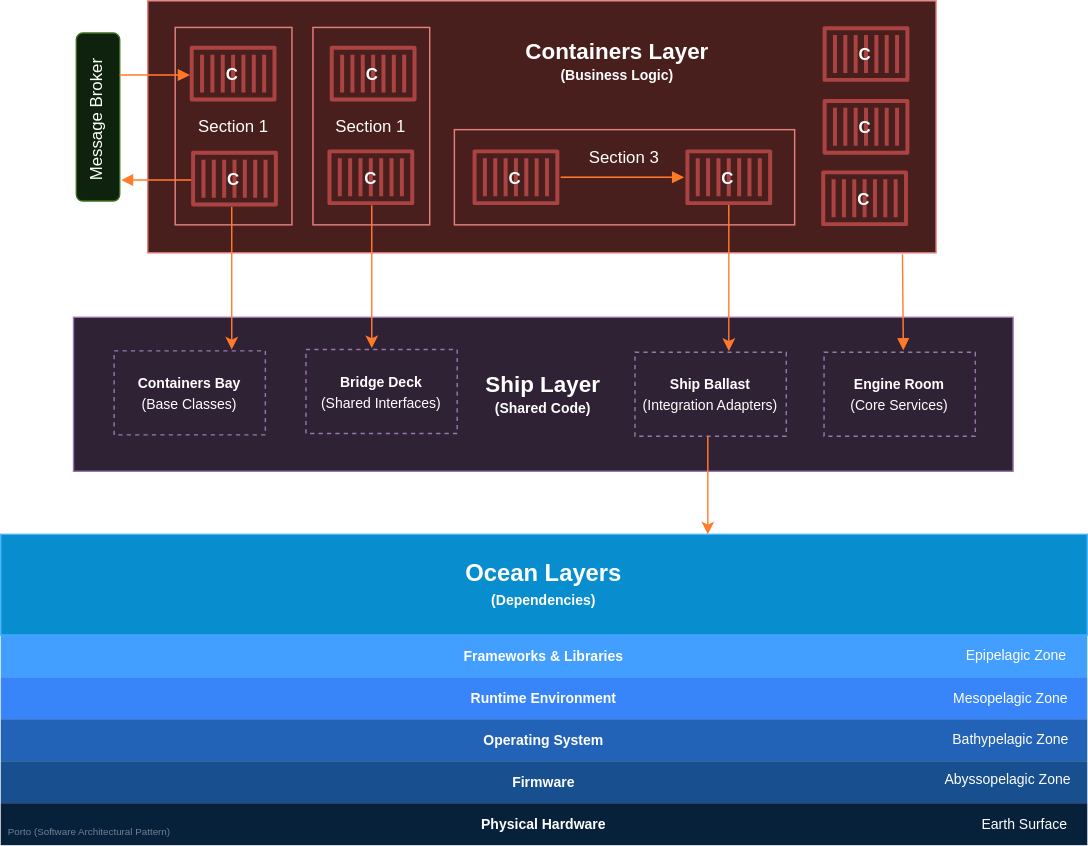
Above: img/diagrams/porto_layers.svg in Mahmoudz/Porto (draw.io), before the change. Source tidied: cells renumbered, new cells last; positions are measured from the earlier drawing's top-left corner, leaving out a move shared by most shapes.
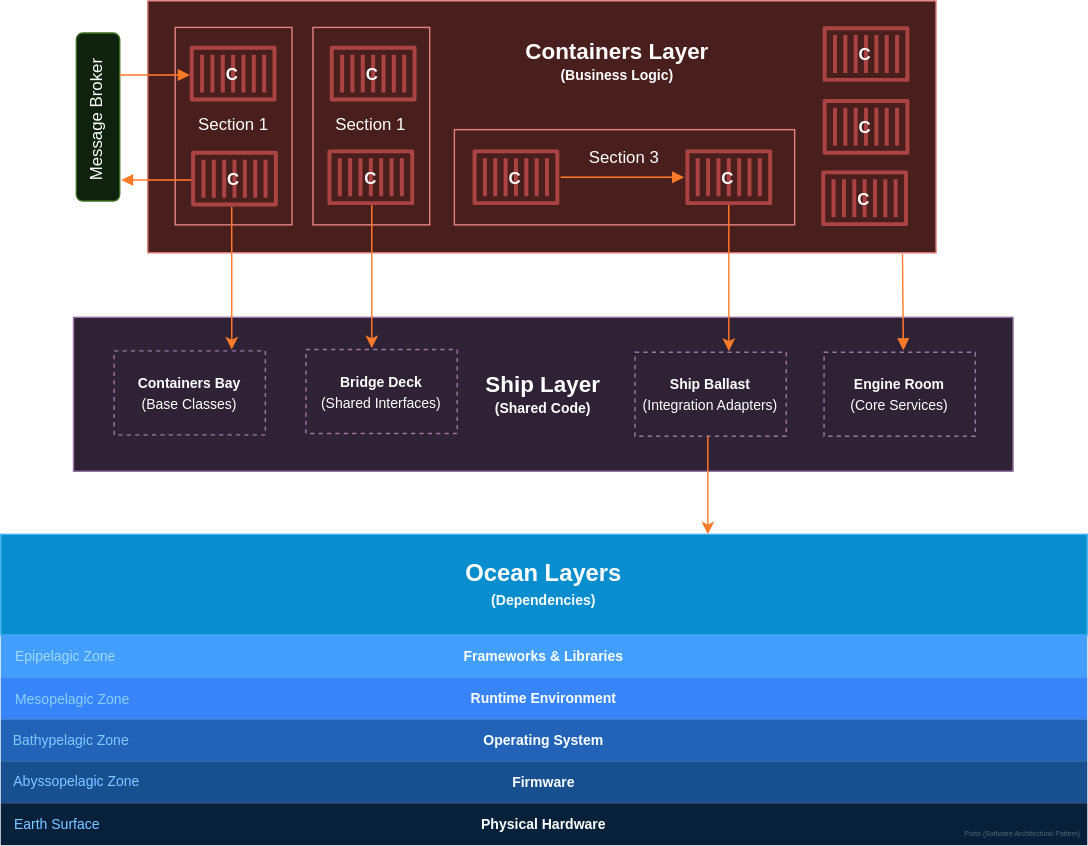
After the commit.

Change to the diagram source:
```diff
@@ -211,23 +211,23 @@
         <mxPoint x="86" y="128" as="targetPoint" />
       </mxGeometry>
     </mxCell>
-    <mxCell id="64" value="&lt;font color=&quot;#768594&quot; style=&quot;font-size: 7px;&quot;&gt;Porto (Software Architectural Pattern)&lt;/font&gt;" style="text;html=1;align=center;verticalAlign=middle;whiteSpace=wrap;rounded=0;" parent="1" vertex="1">
-      <mxGeometry x="3" y="582" width="121" height="20" as="geometry" />
+    <mxCell id="64" value="&lt;font style=&quot;font-size: 5px;&quot;&gt;Porto (Software Architectural Pattern)&lt;/font&gt;" style="text;html=1;align=center;verticalAlign=middle;whiteSpace=wrap;rounded=0;fontColor=#8FA0B3;" parent="1" vertex="1">
+      <mxGeometry x="685" y="583" width="90" height="20" as="geometry" />
     </mxCell>
-    <mxCell id="65" value="&lt;font style=&quot;font-size: 10px;&quot;&gt;Epipelagic Zone&lt;/font&gt;" style="text;html=1;align=center;verticalAlign=middle;strokeColor=none;fillColor=none;" parent="1" vertex="1">
-      <mxGeometry x="680" y="454" width="90" height="26" as="geometry" />
+    <mxCell id="65" value="&lt;font style=&quot;font-size: 10px;&quot;&gt;Epipelagic Zone&lt;/font&gt;" style="text;html=1;align=center;verticalAlign=middle;strokeColor=none;fillColor=none;fontColor=#003870;" parent="1" vertex="1">
+      <mxGeometry x="1" y="455" width="90" height="26" as="geometry" />
     </mxCell>
-    <mxCell id="66" value="&lt;font style=&quot;font-size: 10px;&quot;&gt;Mesopelagic Zone&lt;/font&gt;" style="text;html=1;align=center;verticalAlign=middle;strokeColor=none;fillColor=none;" parent="1" vertex="1">
-      <mxGeometry x="671" y="485" width="100" height="26" as="geometry" />
+    <mxCell id="66" value="&lt;font style=&quot;font-size: 10px;&quot;&gt;Mesopelagic Zone&lt;/font&gt;" style="text;html=1;align=center;verticalAlign=middle;strokeColor=none;fillColor=none;fontColor=#00448A;" parent="1" vertex="1">
+      <mxGeometry x="1" y="486" width="100" height="26" as="geometry" />
     </mxCell>
-    <mxCell id="67" value="&lt;font style=&quot;font-size: 10px;&quot;&gt;Bathypelagic Zone&lt;/font&gt;" style="text;html=1;align=center;verticalAlign=middle;strokeColor=none;fillColor=none;" parent="1" vertex="1">
-      <mxGeometry x="670" y="514" width="101" height="26" as="geometry" />
+    <mxCell id="67" value="&lt;font style=&quot;font-size: 10px;&quot;&gt;Bathypelagic Zone&lt;/font&gt;" style="text;html=1;align=center;verticalAlign=middle;strokeColor=none;fillColor=none;fontColor=#004C99;" parent="1" vertex="1">
+      <mxGeometry y="515" width="101" height="26" as="geometry" />
     </mxCell>
-    <mxCell id="68" value="&lt;font style=&quot;font-size: 10px;&quot;&gt;Abyssopelagic Zone&lt;/font&gt;" style="text;html=1;align=center;verticalAlign=middle;strokeColor=none;fillColor=none;" parent="1" vertex="1">
-      <mxGeometry x="665" y="543" width="108" height="26" as="geometry" />
+    <mxCell id="68" value="&lt;font style=&quot;font-size: 10px;&quot;&gt;Abyssopelagic Zone&lt;/font&gt;" style="text;html=1;align=center;verticalAlign=middle;strokeColor=none;fillColor=none;fontColor=#004C99;" parent="1" vertex="1">
+      <mxGeometry y="544" width="108" height="26" as="geometry" />
     </mxCell>
-    <mxCell id="69" value="&lt;font style=&quot;font-size: 10px;&quot;&gt;Earth Surface&lt;/font&gt;" style="text;html=1;align=center;verticalAlign=middle;strokeColor=none;fillColor=none;" parent="1" vertex="1">
-      <mxGeometry x="691" y="575" width="79" height="26" as="geometry" />
+    <mxCell id="69" value="&lt;font style=&quot;font-size: 10px;&quot;&gt;Earth Surface&lt;/font&gt;" style="text;html=1;align=center;verticalAlign=middle;strokeColor=none;fillColor=none;fontColor=#004C99;" parent="1" vertex="1">
+      <mxGeometry y="575" width="79" height="26" as="geometry" />
     </mxCell>
   </root>
 </mxGraphModel>
```
